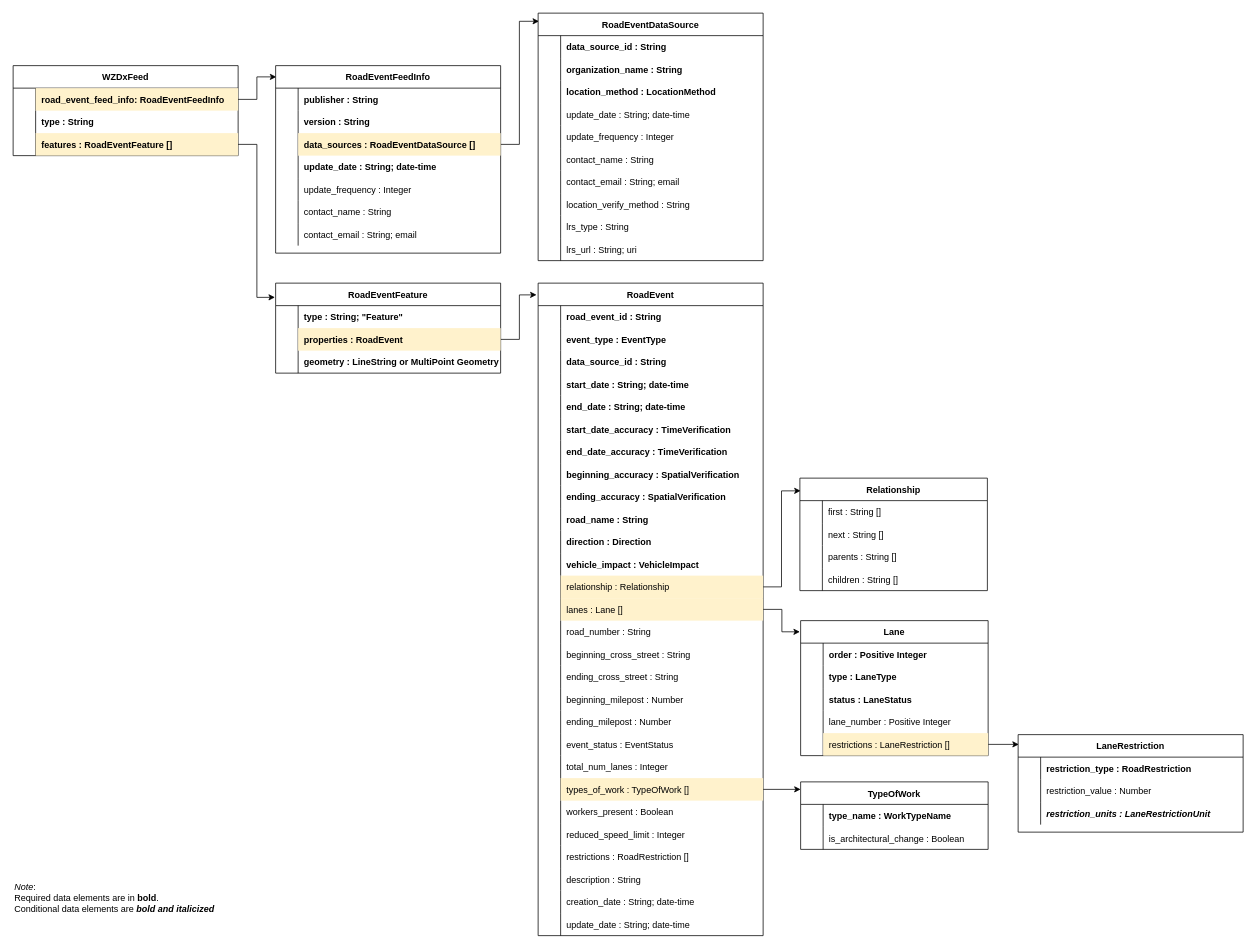
Above: images/wzdx_object_diagram.drawio in usdot-jpo-ode/wzdx (draw.io), before the change. Source tidied: cells renumbered, new cells numbered last; positions are measured from the earlier drawing's top-left corner, leaving out a move shared by most shapes. Both pictures are drawn from the tidied source at 75%, with x=0, y=0 at pixel (13, 13).
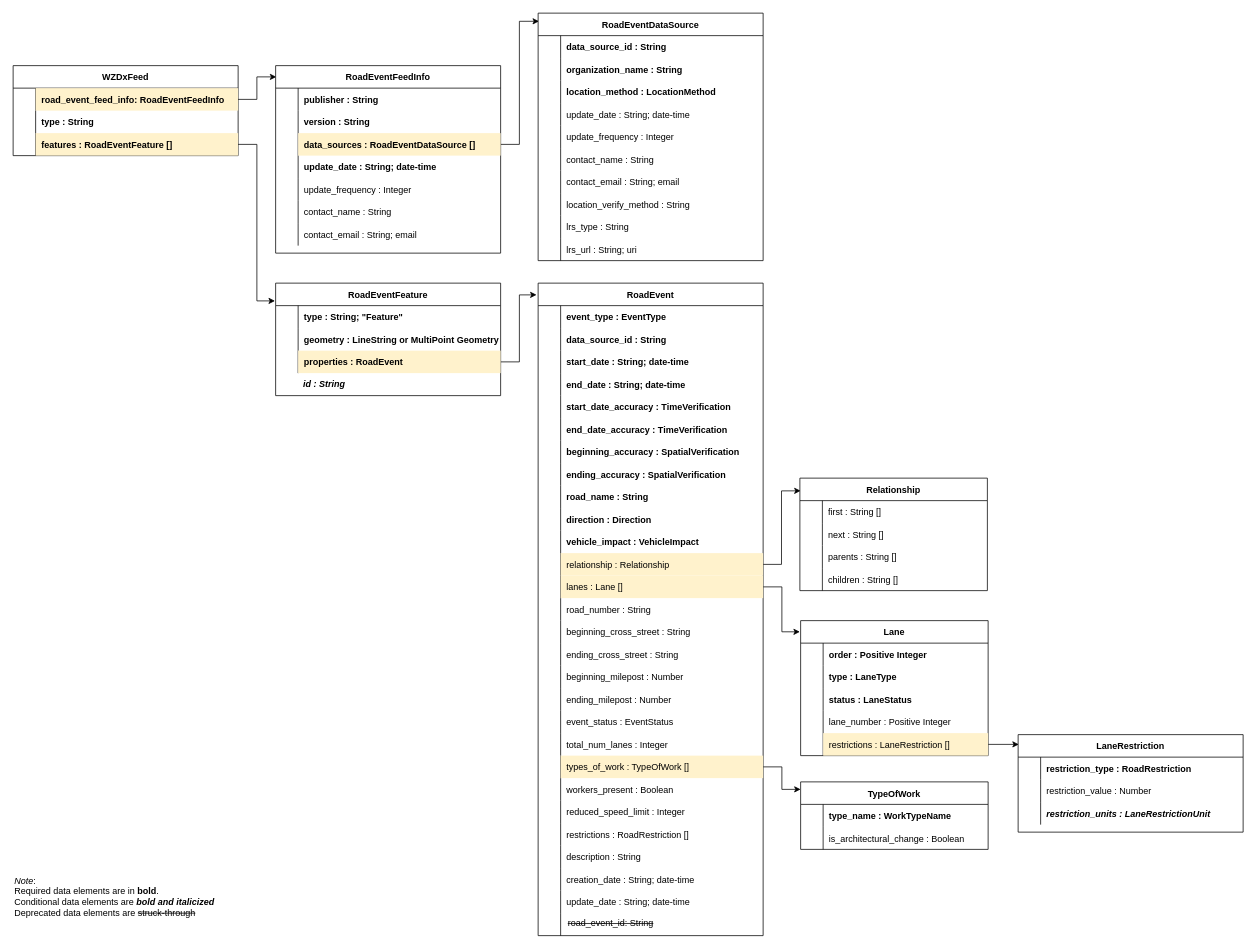
After the change.

The change refers to these unchanged cells:
```xml
<mxCell id="84" value="RoadEvent" style="shape=table;startSize=30;childLayout=tableLayout;rowLines=0;fontStyle=1;align=center;" parent="1" vertex="1">
  <mxGeometry x="700" y="360" width="300" height="870" as="geometry" />
</mxCell>
```

What changed in the source:
```diff
@@
-    <mxCell id="2" value="&lt;i&gt;Note&lt;/i&gt;: &lt;br&gt;Required data elements are in&amp;nbsp;&lt;b&gt;bold&lt;/b&gt;. &lt;br&gt;Conditional data elements are&amp;nbsp;&lt;b&gt;&lt;i&gt;bold and italicized&lt;/i&gt;&lt;/b&gt;&amp;nbsp;" style="text;html=1;strokeColor=none;fillColor=none;align=left;verticalAlign=middle;whiteSpace=wrap;rounded=0;" parent="1" vertex="1">
-      <mxGeometry y="1170" width="540" height="20" as="geometry" />
+    <mxCell id="2" value="&lt;i&gt;Note&lt;/i&gt;: &lt;br&gt;Required data elements are in&amp;nbsp;&lt;b&gt;bold&lt;/b&gt;. &lt;br&gt;&lt;div&gt;Conditional data elements are&amp;nbsp;&lt;b&gt;&lt;i&gt;bold and italicized&lt;/i&gt;&lt;/b&gt;&lt;/div&gt;&lt;div&gt;Deprecated data elements are &lt;strike&gt;struck-through&lt;/strike&gt;&lt;br&gt;&lt;i&gt;&lt;/i&gt;&lt;/div&gt;&lt;div&gt;&lt;span style=&quot;background-color: rgb(250 , 217 , 213)&quot;&gt;&lt;/span&gt;&lt;br&gt;&lt;/div&gt;" style="text;html=1;strokeColor=none;fillColor=none;align=left;verticalAlign=middle;whiteSpace=wrap;rounded=0;" parent="1" vertex="1">
+      <mxGeometry y="1170" width="540" height="30" as="geometry" />
     </mxCell>
@@
     <mxCell id="43" value="RoadEventFeature" style="shape=table;startSize=30;childLayout=tableLayout;rowLines=0;fontStyle=1;align=center;" parent="1" vertex="1">
-      <mxGeometry x="350" y="360" width="300" height="120" as="geometry" />
+      <mxGeometry x="350" y="360" width="300" height="150" as="geometry" />
     </mxCell>
@@
+    <mxCell id="50" style="shape=partialRectangle;fillColor=none;top=0;left=0;right=0;bottom=0;" parent="43" vertex="1">
+      <mxGeometry y="60" width="300" height="30" as="geometry" />
+    </mxCell>
+    <mxCell id="51" style="shape=partialRectangle;overflow=hidden;fillColor=none;top=0;left=0;bottom=0;right=0;" parent="50" vertex="1">
+      <mxGeometry width="30" height="30" as="geometry" />
+    </mxCell>
+    <mxCell id="52" value="geometry : LineString or MultiPoint Geometry" style="shape=partialRectangle;overflow=hidden;top=0;left=0;bottom=0;right=0;align=left;spacingLeft=6;fontStyle=1;strokeColor=#d6b656;fillColor=none;" parent="50" vertex="1">
+      <mxGeometry x="30" width="270" height="30" as="geometry" />
+    </mxCell>
     <mxCell id="47" style="shape=partialRectangle;fillColor=none;points=[[0,0.5],[1,0.5]];portConstraint=eastwest;top=0;left=0;right=0;bottom=0;" parent="43" vertex="1">
-      <mxGeometry y="60" width="300" height="30" as="geometry" />
+      <mxGeometry y="90" width="300" height="30" as="geometry" />
     </mxCell>
@@
-    <mxCell id="50" style="shape=partialRectangle;fillColor=none;top=0;left=0;right=0;bottom=0;" parent="43" vertex="1">
-      <mxGeometry y="90" width="300" height="30" as="geometry" />
-    </mxCell>
-    <mxCell id="51" style="shape=partialRectangle;overflow=hidden;fillColor=none;top=0;left=0;bottom=0;right=0;" parent="50" vertex="1">
-      <mxGeometry width="30" height="30" as="geometry" />
-    </mxCell>
-    <mxCell id="52" value="geometry : LineString or MultiPoint Geometry" style="shape=partialRectangle;overflow=hidden;top=0;left=0;bottom=0;right=0;align=left;spacingLeft=6;fontStyle=1;strokeColor=#d6b656;fillColor=none;" parent="50" vertex="1">
-      <mxGeometry x="30" width="270" height="30" as="geometry" />
-    </mxCell>
@@
-    <mxCell id="85" style="shape=partialRectangle;fillColor=none;top=0;left=0;right=0;bottom=0;" parent="84" vertex="1">
-      <mxGeometry y="30" width="300" height="30" as="geometry" />
-    </mxCell>
-    <mxCell id="86" style="shape=partialRectangle;overflow=hidden;fillColor=none;top=0;left=0;bottom=0;right=0;" parent="85" vertex="1">
-      <mxGeometry width="30" height="30" as="geometry" />
-    </mxCell>
-    <mxCell id="87" value="road_event_id : String" style="shape=partialRectangle;overflow=hidden;fillColor=none;top=0;left=0;bottom=0;right=0;align=left;spacingLeft=6;fontStyle=1;" parent="85" vertex="1">
-      <mxGeometry x="30" width="270" height="30" as="geometry" />
-    </mxCell>
     <mxCell id="88" style="shape=partialRectangle;fillColor=none;top=0;left=0;right=0;bottom=0;fontStyle=1;" parent="84" vertex="1">
-      <mxGeometry y="60" width="300" height="30" as="geometry" />
+      <mxGeometry y="30" width="300" height="30" as="geometry" />
     </mxCell>
@@
     <mxCell id="91" style="shape=partialRectangle;fillColor=none;top=0;left=0;right=0;bottom=0;" parent="84" vertex="1">
-      <mxGeometry y="90" width="300" height="30" as="geometry" />
+      <mxGeometry y="60" width="300" height="30" as="geometry" />
     </mxCell>
@@
     <mxCell id="94" style="shape=partialRectangle;fillColor=none;top=0;left=0;right=0;bottom=0;fontStyle=1;" parent="84" vertex="1">
-      <mxGeometry y="120" width="300" height="30" as="geometry" />
+      <mxGeometry y="90" width="300" height="30" as="geometry" />
     </mxCell>
@@
     <mxCell id="97" style="shape=partialRectangle;fillColor=none;top=0;left=0;right=0;bottom=0;fontStyle=1;" parent="84" vertex="1">
-      <mxGeometry y="150" width="300" height="30" as="geometry" />
+      <mxGeometry y="120" width="300" height="30" as="geometry" />
     </mxCell>
@@
     <mxCell id="100" style="shape=partialRectangle;fillColor=none;top=0;left=0;right=0;bottom=0;fontStyle=1;" parent="84" vertex="1">
-      <mxGeometry y="180" width="300" height="30" as="geometry" />
+      <mxGeometry y="150" width="300" height="30" as="geometry" />
     </mxCell>
@@
     <mxCell id="103" style="shape=partialRectangle;fillColor=none;top=0;left=0;right=0;bottom=0;fontStyle=1;" parent="84" vertex="1">
-      <mxGeometry y="210" width="300" height="30" as="geometry" />
+      <mxGeometry y="180" width="300" height="30" as="geometry" />
     </mxCell>
@@
     <mxCell id="106" style="shape=partialRectangle;fillColor=none;top=0;left=0;right=0;bottom=0;fontStyle=1;" parent="84" vertex="1">
-      <mxGeometry y="240" width="300" height="30" as="geometry" />
+      <mxGeometry y="210" width="300" height="30" as="geometry" />
     </mxCell>
@@
     <mxCell id="109" style="shape=partialRectangle;fillColor=none;top=0;left=0;right=0;bottom=0;fontStyle=1;" parent="84" vertex="1">
-      <mxGeometry y="270" width="300" height="30" as="geometry" />
+      <mxGeometry y="240" width="300" height="30" as="geometry" />
     </mxCell>
@@
     <mxCell id="112" style="shape=partialRectangle;fillColor=none;top=0;left=0;right=0;bottom=0;fontStyle=1;" parent="84" vertex="1">
-      <mxGeometry y="300" width="300" height="30" as="geometry" />
+      <mxGeometry y="270" width="300" height="30" as="geometry" />
     </mxCell>
@@
     <mxCell id="115" style="shape=partialRectangle;fillColor=none;top=0;left=0;right=0;bottom=0;fontStyle=1;" parent="84" vertex="1">
-      <mxGeometry y="330" width="300" height="30" as="geometry" />
+      <mxGeometry y="300" width="300" height="30" as="geometry" />
     </mxCell>
@@
     <mxCell id="118" style="shape=partialRectangle;fillColor=none;top=0;left=0;right=0;bottom=0;fontStyle=1;" parent="84" vertex="1">
-      <mxGeometry y="360" width="300" height="30" as="geometry" />
+      <mxGeometry y="330" width="300" height="30" as="geometry" />
     </mxCell>
@@
     <mxCell id="121" style="shape=partialRectangle;fillColor=none;points=[[0,0.5],[1,0.5]];portConstraint=eastwest;top=0;left=0;right=0;bottom=0;fontStyle=1;" parent="84" vertex="1">
-      <mxGeometry y="390" width="300" height="30" as="geometry" />
+      <mxGeometry y="360" width="300" height="30" as="geometry" />
     </mxCell>
@@
     <mxCell id="124" style="shape=partialRectangle;fillColor=none;points=[[0,0.5],[1,0.5]];portConstraint=eastwest;top=0;left=0;right=0;bottom=0;fontStyle=1;" parent="84" vertex="1">
-      <mxGeometry y="420" width="300" height="30" as="geometry" />
+      <mxGeometry y="390" width="300" height="30" as="geometry" />
     </mxCell>
@@
     <mxCell id="127" style="shape=partialRectangle;fillColor=none;top=0;left=0;right=0;bottom=0;fontStyle=1;" parent="84" vertex="1">
-      <mxGeometry y="450" width="300" height="30" as="geometry" />
+      <mxGeometry y="420" width="300" height="30" as="geometry" />
     </mxCell>
@@
     <mxCell id="130" style="shape=partialRectangle;fillColor=none;top=0;left=0;right=0;bottom=0;fontStyle=1;" parent="84" vertex="1">
-      <mxGeometry y="480" width="300" height="30" as="geometry" />
+      <mxGeometry y="450" width="300" height="30" as="geometry" />
     </mxCell>
@@
     <mxCell id="133" style="shape=partialRectangle;fillColor=none;top=0;left=0;right=0;bottom=0;fontStyle=1;" parent="84" vertex="1">
-      <mxGeometry y="510" width="300" height="30" as="geometry" />
+      <mxGeometry y="480" width="300" height="30" as="geometry" />
     </mxCell>
@@
     <mxCell id="136" style="shape=partialRectangle;fillColor=none;top=0;left=0;right=0;bottom=0;fontStyle=1;" parent="84" vertex="1">
-      <mxGeometry y="540" width="300" height="30" as="geometry" />
+      <mxGeometry y="510" width="300" height="30" as="geometry" />
     </mxCell>
@@
     <mxCell id="139" style="shape=partialRectangle;fillColor=none;top=0;left=0;right=0;bottom=0;fontStyle=1;" parent="84" vertex="1">
-      <mxGeometry y="570" width="300" height="30" as="geometry" />
+      <mxGeometry y="540" width="300" height="30" as="geometry" />
     </mxCell>
@@
     <mxCell id="142" style="shape=partialRectangle;fillColor=none;top=0;left=0;right=0;bottom=0;fontStyle=1;" parent="84" vertex="1">
-      <mxGeometry y="600" width="300" height="30" as="geometry" />
+      <mxGeometry y="570" width="300" height="30" as="geometry" />
     </mxCell>
@@
     <mxCell id="145" style="shape=partialRectangle;fillColor=none;top=0;left=0;right=0;bottom=0;fontStyle=1;" parent="84" vertex="1">
-      <mxGeometry y="630" width="300" height="30" as="geometry" />
+      <mxGeometry y="600" width="300" height="30" as="geometry" />
     </mxCell>
@@
     <mxCell id="148" style="shape=partialRectangle;fillColor=none;points=[[0,0.5],[1,0.5]];portConstraint=eastwest;top=0;left=0;right=0;bottom=0;fontStyle=1;" parent="84" vertex="1">
-      <mxGeometry y="660" width="300" height="30" as="geometry" />
+      <mxGeometry y="630" width="300" height="30" as="geometry" />
     </mxCell>
@@
     <mxCell id="151" style="shape=partialRectangle;fillColor=none;top=0;left=0;right=0;bottom=0;fontStyle=1;" parent="84" vertex="1">
-      <mxGeometry y="690" width="300" height="30" as="geometry" />
+      <mxGeometry y="660" width="300" height="30" as="geometry" />
     </mxCell>
@@
     <mxCell id="154" style="shape=partialRectangle;fillColor=none;top=0;left=0;right=0;bottom=0;fontStyle=1;" parent="84" vertex="1">
-      <mxGeometry y="720" width="300" height="30" as="geometry" />
+      <mxGeometry y="690" width="300" height="30" as="geometry" />
     </mxCell>
@@
     <mxCell id="157" style="shape=partialRectangle;fillColor=none;top=0;left=0;right=0;bottom=0;fontStyle=1;" parent="84" vertex="1">
-      <mxGeometry y="750" width="300" height="30" as="geometry" />
+      <mxGeometry y="720" width="300" height="30" as="geometry" />
     </mxCell>
@@
     <mxCell id="160" style="shape=partialRectangle;fillColor=none;top=0;left=0;right=0;bottom=0;fontStyle=1;" parent="84" vertex="1">
-      <mxGeometry y="780" width="300" height="30" as="geometry" />
+      <mxGeometry y="750" width="300" height="30" as="geometry" />
     </mxCell>
@@
     <mxCell id="163" style="shape=partialRectangle;fillColor=none;top=0;left=0;right=0;bottom=0;fontStyle=1;" parent="84" vertex="1">
-      <mxGeometry y="810" width="300" height="30" as="geometry" />
+      <mxGeometry y="780" width="300" height="30" as="geometry" />
     </mxCell>
@@
     <mxCell id="166" style="shape=partialRectangle;fillColor=none;top=0;left=0;right=0;bottom=0;fontStyle=1;" parent="84" vertex="1">
-      <mxGeometry y="840" width="300" height="30" as="geometry" />
+      <mxGeometry y="810" width="300" height="30" as="geometry" />
     </mxCell>
@@
+    <mxCell id="85" style="shape=partialRectangle;fillColor=none;top=0;left=0;right=0;bottom=0;" parent="84" vertex="1">
+      <mxGeometry y="840" width="300" height="30" as="geometry" />
+    </mxCell>
+    <mxCell id="86" style="shape=partialRectangle;overflow=hidden;fillColor=none;top=0;left=0;bottom=0;right=0;" parent="85" vertex="1">
+      <mxGeometry width="30" height="30" as="geometry" />
+    </mxCell>
+    <mxCell id="87" style="shape=partialRectangle;overflow=hidden;top=0;left=0;bottom=0;right=0;align=left;spacingLeft=6;fontStyle=0;strokeColor=#ae4132;fillColor=none;" parent="85" vertex="1">
+      <mxGeometry x="30" width="270" height="30" as="geometry" />
+    </mxCell>
@@
+    <mxCell id="215" value="&lt;i&gt;&lt;b&gt;id : String&lt;/b&gt;&lt;/i&gt;" style="text;whiteSpace=wrap;html=1;" parent="1" vertex="1">
+      <mxGeometry x="385" y="481" width="260" height="30" as="geometry" />
+    </mxCell>
+    <mxCell id="216" value="&lt;strike&gt;road_event_id: String&lt;/strike&gt;" style="text;whiteSpace=wrap;html=1;" parent="1" vertex="1">
+      <mxGeometry x="738" y="1200" width="250" height="30" as="geometry" />
+    </mxCell>
```
